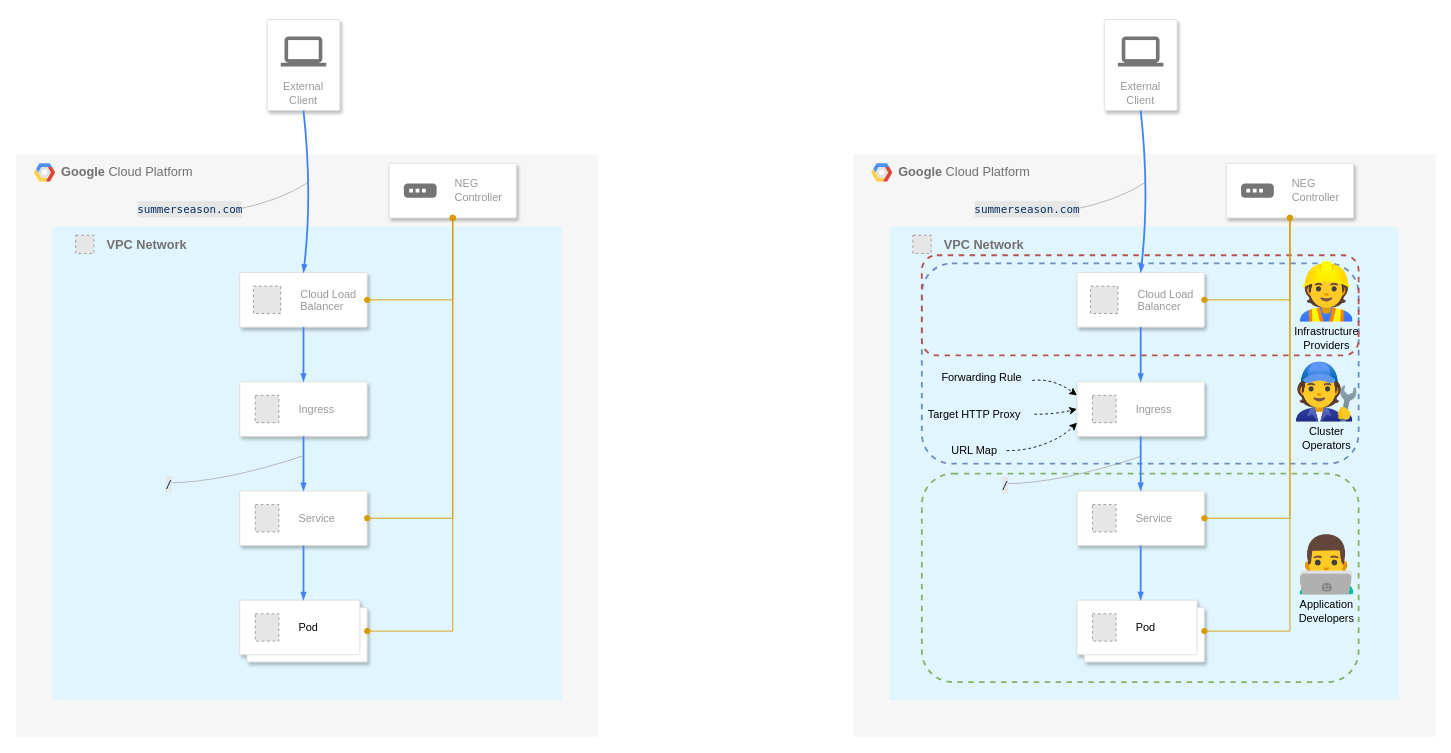
This is page "ingress2" (2 of 9) of map.drawio from cyokozai/k8sLB, a draw.io file, before an edit. Source tidied: cells renumbered, new cells numbered last; positions are measured from the earlier drawing's top-left corner, leaving out a move shared by most shapes. Both pictures are drawn from the tidied source at 91%, with x=0, y=0 at pixel (15, 19). Pictures stored in the file or linked from it are replaced by grey dashed boxes.
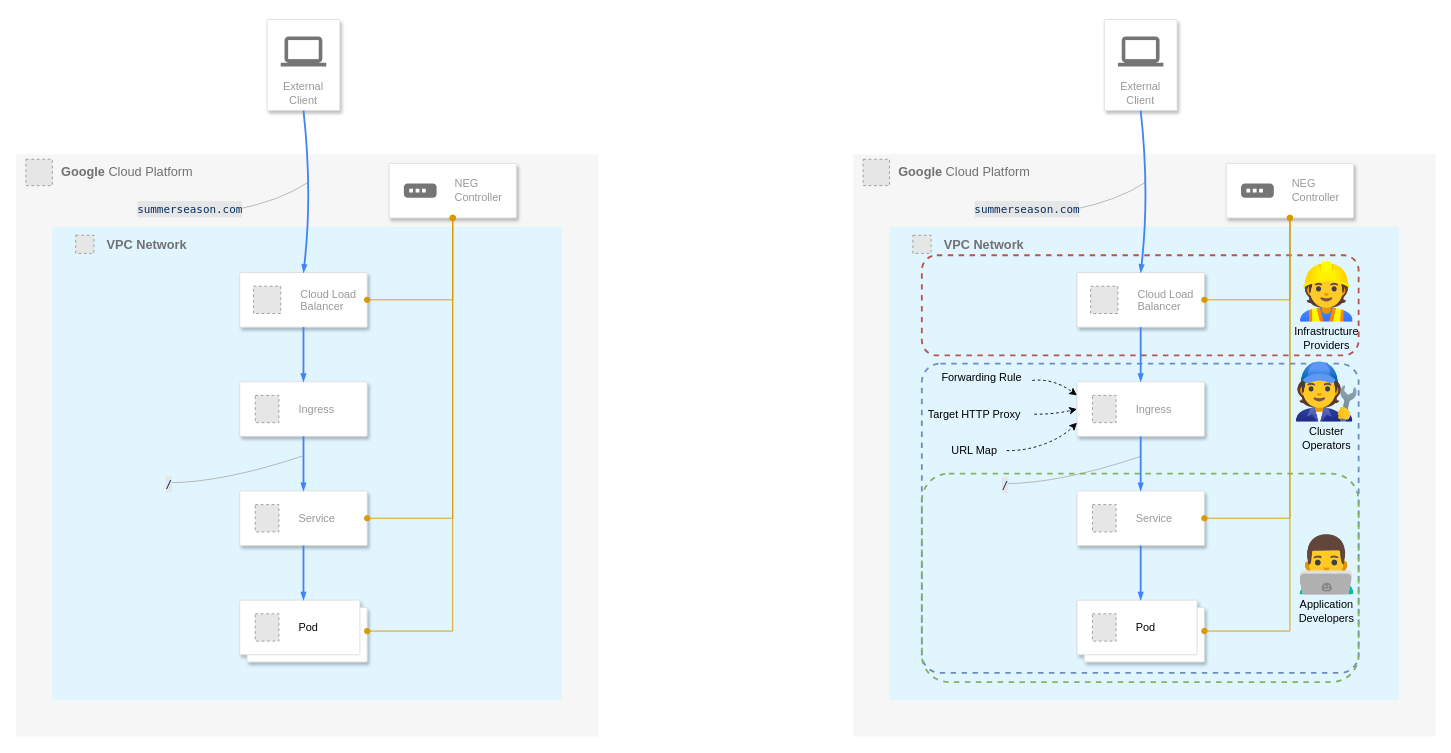
The same diagram, later.

Unchanged cells that the change refers to:
```xml
<mxCell id="35" style="group;" parent="1" vertex="1">
  <mxGeometry x="960" y="228" width="560" height="520" as="geometry" />
</mxCell>
```

Change to the diagram source:
```diff
@@
-    <mxCell id="31" style="shape=mxgraph.gcp2.google_cloud_platform;fillColor=#F6F6F6;strokeColor=none;shadow=0;gradientColor=none;" parent="1" vertex="1">
-      <mxGeometry x="20" y="158" width="23" height="20" as="geometry">
-        <mxPoint x="20" y="10" as="offset" />
-      </mxGeometry>
-    </mxCell>
@@
-    <mxCell id="42" style="rounded=1;whiteSpace=wrap;html=1;fillColor=none;strokeColor=#6c8ebf;dashed=1;strokeWidth=2;" parent="35" vertex="1">
-      <mxGeometry x="35.5" y="40" width="480" height="220" as="geometry" />
+    <mxCell id="42" style="rounded=1;whiteSpace=wrap;html=1;fillColor=none;strokeColor=#6c8ebf;dashed=1;strokeWidth=2;arcSize=6;" parent="35" vertex="1">
+      <mxGeometry x="35.5" y="150" width="480" height="340" as="geometry" />
     </mxCell>
@@
-    <mxCell id="49" style="rounded=1;whiteSpace=wrap;html=1;fillColor=none;strokeColor=#82b366;dashed=1;strokeWidth=2;" parent="35" vertex="1">
+    <mxCell id="49" style="rounded=1;whiteSpace=wrap;html=1;fillColor=none;strokeColor=#82b366;dashed=1;strokeWidth=2;arcSize=13;" parent="35" vertex="1">
       <mxGeometry x="35.5" y="271" width="480" height="229" as="geometry" />
     </mxCell>
@@
-    <mxCell id="72" style="shape=mxgraph.gcp2.google_cloud_platform;fillColor=#F6F6F6;strokeColor=none;shadow=0;gradientColor=none;" parent="1" vertex="1">
-      <mxGeometry x="940" y="158" width="23" height="20" as="geometry">
-        <mxPoint x="20" y="10" as="offset" />
-      </mxGeometry>
-    </mxCell>
@@
+    <mxCell id="78" style="fillColor=#E6E6E6;strokeColor=#999999;dashed=1;verticalLabelPosition=bottom;labelBackgroundColor=default;verticalAlign=top;" parent="1" vertex="1">
+      <mxGeometry x="931" y="153.5" width="29" height="29" as="geometry" />
+    </mxCell>
+    <mxCell id="79" style="fillColor=#E6E6E6;strokeColor=#999999;dashed=1;verticalLabelPosition=bottom;labelBackgroundColor=default;verticalAlign=top;" parent="1" vertex="1">
+      <mxGeometry x="11" y="153.5" width="29" height="29" as="geometry" />
+    </mxCell>
```
